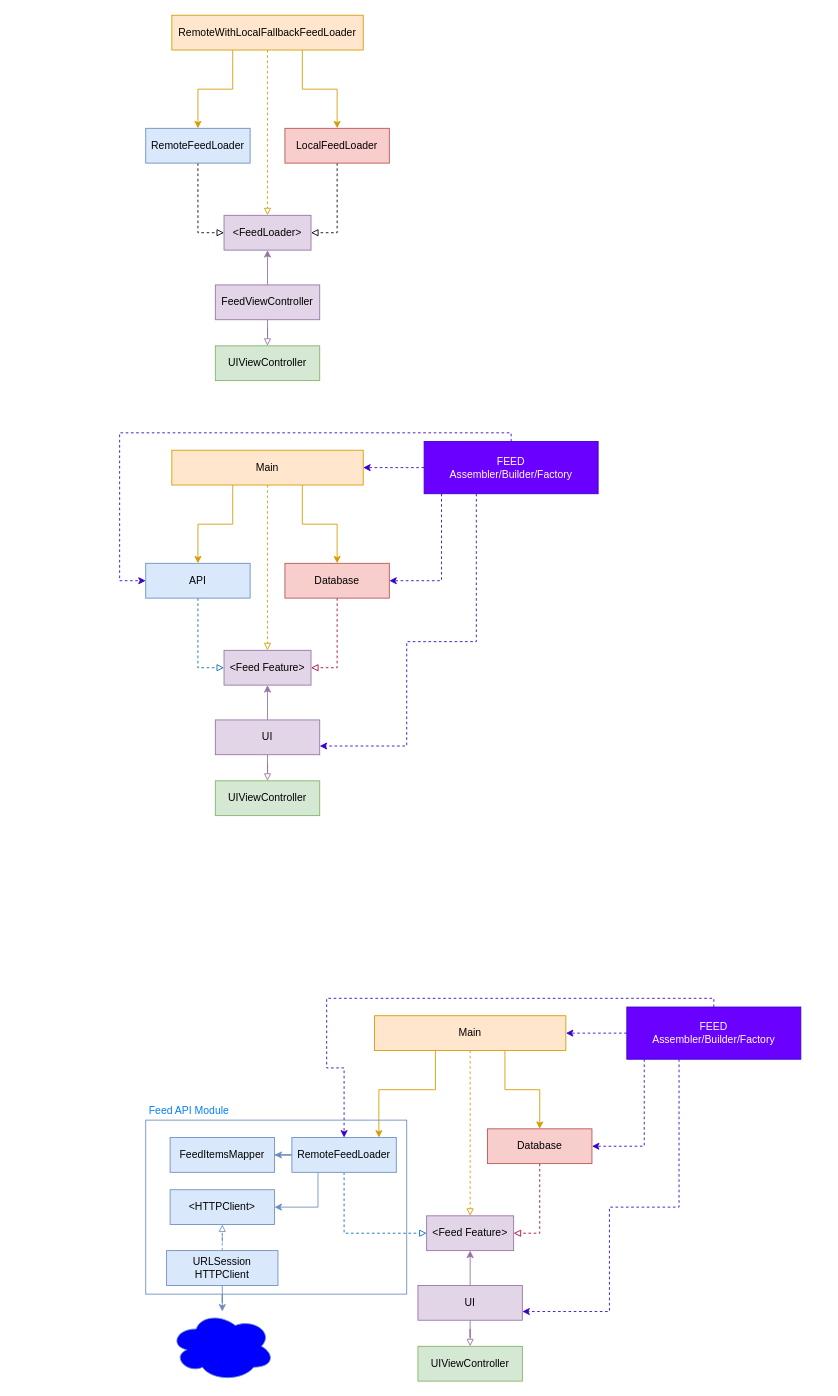
Above: Untitled Diagram.drawio in zmkhtr/diagrams (draw.io), before the change. Source tidied: cells renumbered, new cells numbered last; positions are measured from the earlier drawing's top-left corner, leaving out a move shared by most shapes. Both pictures are drawn from the tidied source at 87%, with x=0, y=0 at pixel (119, 15).
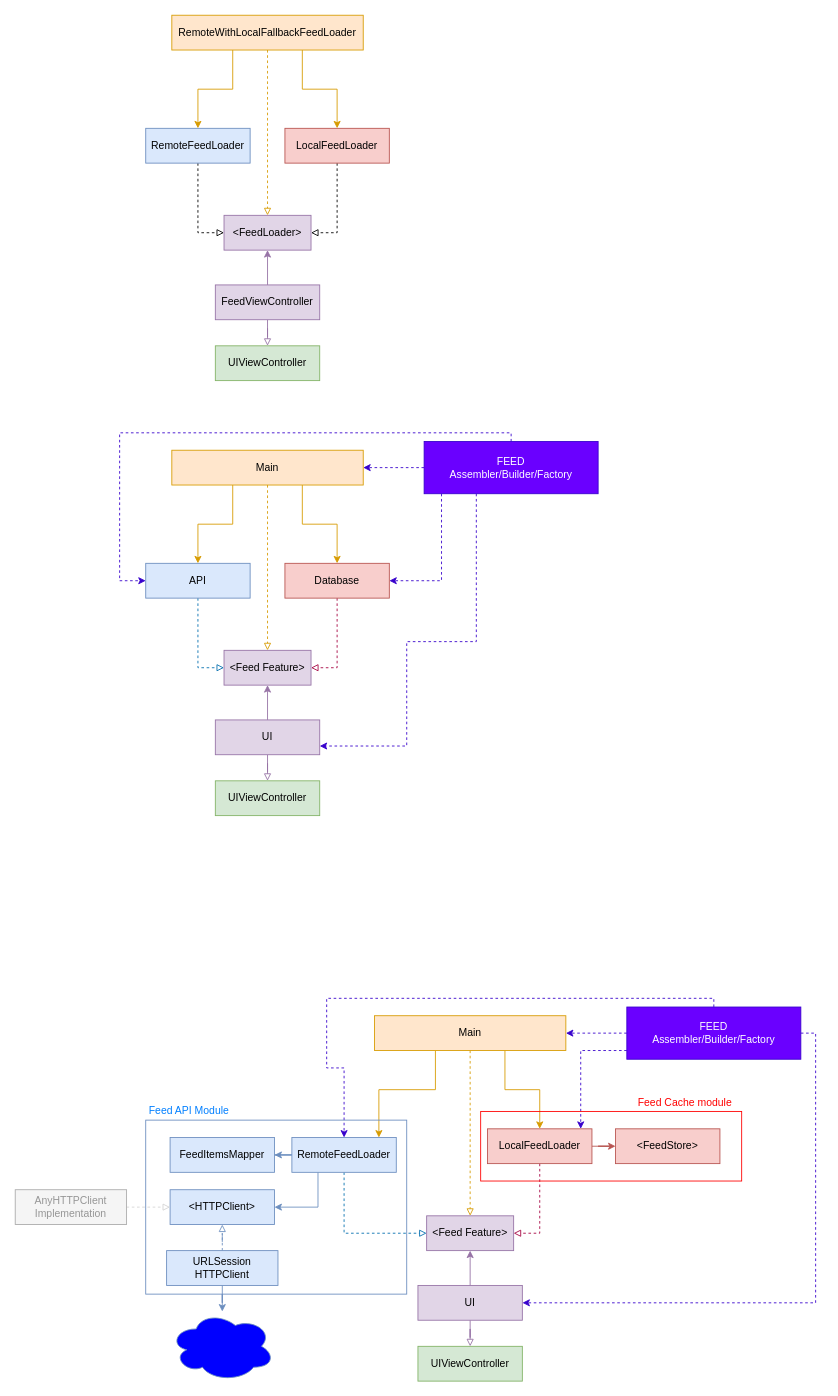
The same diagram, later.

The change refers to these unchanged cells:
```xml
<mxCell id="35" value="UI" style="rounded=0;whiteSpace=wrap;html=1;fillColor=#e1d5e7;strokeColor=#9673a6;" parent="1" vertex="1">
  <mxGeometry x="342.9" y="1460" width="120" height="40" as="geometry" />
</mxCell>
<mxCell id="52" value="FEED&lt;br&gt;Assembler/Builder/Factory" style="rounded=0;whiteSpace=wrap;html=1;fillColor=#6a00ff;strokeColor=#3700CC;fontColor=#ffffff;" parent="1" vertex="1">
  <mxGeometry x="583" y="1140" width="200" height="60" as="geometry" />
</mxCell>
<mxCell id="54" value="&amp;lt;HTTPClient&amp;gt;" style="rounded=0;whiteSpace=wrap;html=1;fillColor=#dae8fc;strokeColor=#6c8ebf;" parent="1" vertex="1">
  <mxGeometry x="58" y="1350" width="120" height="40" as="geometry" />
</mxCell>
```

The edit, as a diff of the source:
```diff
@@
+    <mxCell id="61" style="edgeStyle=orthogonalEdgeStyle;rounded=0;jettySize=auto;html=1;entryX=0;entryY=0.5;entryDx=0;entryDy=0;fontColor=#FF0000;labelBackgroundColor=none;fillColor=#f8cecc;strokeColor=#b85450;" parent="1" edge="1" source="43" target="62">
+      <mxGeometry relative="1" as="geometry" />
+    </mxCell>
-    <mxCell id="43" value="Database" style="rounded=0;whiteSpace=wrap;html=1;fillColor=#f8cecc;strokeColor=#b85450;" parent="1" vertex="1">
+    <mxCell id="43" value="LocalFeedLoader" style="rounded=0;whiteSpace=wrap;html=1;fillColor=#f8cecc;strokeColor=#b85450;" parent="1" vertex="1">
       <mxGeometry x="422.9" y="1280" width="120" height="40" as="geometry" />
     </mxCell>
@@
-    <mxCell id="50" style="edgeStyle=orthogonalEdgeStyle;rounded=0;jettySize=auto;html=1;entryX=1;entryY=0.5;entryDx=0;entryDy=0;dashed=1;fillColor=#6a00ff;strokeColor=#3700CC;" parent="1" edge="1" source="52" target="43">
+    <mxCell id="50" style="edgeStyle=orthogonalEdgeStyle;rounded=0;jettySize=auto;html=1;dashed=1;fillColor=#6a00ff;strokeColor=#3700CC;" parent="1" edge="1" source="52">
       <mxGeometry relative="1" as="geometry">
+        <mxPoint x="530" y="1280" as="targetPoint" />
         <Array as="points">
-          <mxPoint x="603" y="1300" />
+          <mxPoint x="530" y="1190" />
         </Array>
       </mxGeometry>
     </mxCell>
-    <mxCell id="51" style="edgeStyle=orthogonalEdgeStyle;rounded=0;jettySize=auto;html=1;entryX=1;entryY=0.75;entryDx=0;entryDy=0;dashed=1;fillColor=#6a00ff;strokeColor=#3700CC;" parent="1" edge="1" source="52" target="35">
+    <mxCell id="51" style="edgeStyle=orthogonalEdgeStyle;rounded=0;jettySize=auto;html=1;dashed=1;fillColor=#6a00ff;strokeColor=#3700CC;" parent="1" edge="1" source="52">
       <mxGeometry relative="1" as="geometry">
+        <mxPoint x="463" y="1480" as="targetPoint" />
         <Array as="points">
-          <mxPoint x="643" y="1370" />
-          <mxPoint x="563" y="1370" />
-          <mxPoint x="563" y="1490" />
+          <mxPoint x="800" y="1170" />
+          <mxPoint x="800" y="1480" />
+          <mxPoint x="463" y="1480" />
         </Array>
       </mxGeometry>
     </mxCell>
@@
+    <mxCell id="62" value="&amp;lt;FeedStore&amp;gt;" style="rounded=0;whiteSpace=wrap;html=1;fillColor=#f8cecc;strokeColor=#b85450;" parent="1" vertex="1">
+      <mxGeometry x="570" y="1280" width="120" height="40" as="geometry" />
+    </mxCell>
+    <mxCell id="63" style="rounded=0;whiteSpace=wrap;html=1;fillColor=none;strokeColor=#FF0000;" parent="1" vertex="1">
+      <mxGeometry x="415" y="1260" width="300" height="80" as="geometry" />
+    </mxCell>
+    <mxCell id="64" value="Feed Cache module" style="text;html=1;strokeColor=none;fillColor=none;align=center;verticalAlign=middle;whiteSpace=wrap;rounded=0;fontColor=#FF0000;" parent="1" vertex="1">
+      <mxGeometry x="590" y="1240" width="120" height="20" as="geometry" />
+    </mxCell>
+    <mxCell id="65" style="edgeStyle=orthogonalEdgeStyle;rounded=0;jettySize=auto;html=1;endArrow=block;endFill=0;dashed=1;fillColor=#dae8fc;strokeColor=#D4D4D4;exitX=1;exitY=0.5;exitDx=0;exitDy=0;entryX=0;entryY=0.5;entryDx=0;entryDy=0;" parent="1" edge="1" source="66" target="54">
+      <mxGeometry relative="1" as="geometry">
+        <Array as="points">
+          <mxPoint x="-10" y="1370" />
+        </Array>
+      </mxGeometry>
+    </mxCell>
+    <mxCell id="66" value="&lt;font color=&quot;#969696&quot;&gt;AnyHTTPClient&lt;br&gt;Implementation&lt;br&gt;&lt;/font&gt;" style="rounded=0;whiteSpace=wrap;html=1;fillColor=#F5F5F5;strokeColor=#ABABAB;fontColor=#333333;" parent="1" vertex="1">
+      <mxGeometry x="-120" y="1350" width="128" height="40" as="geometry" />
+    </mxCell>
```
